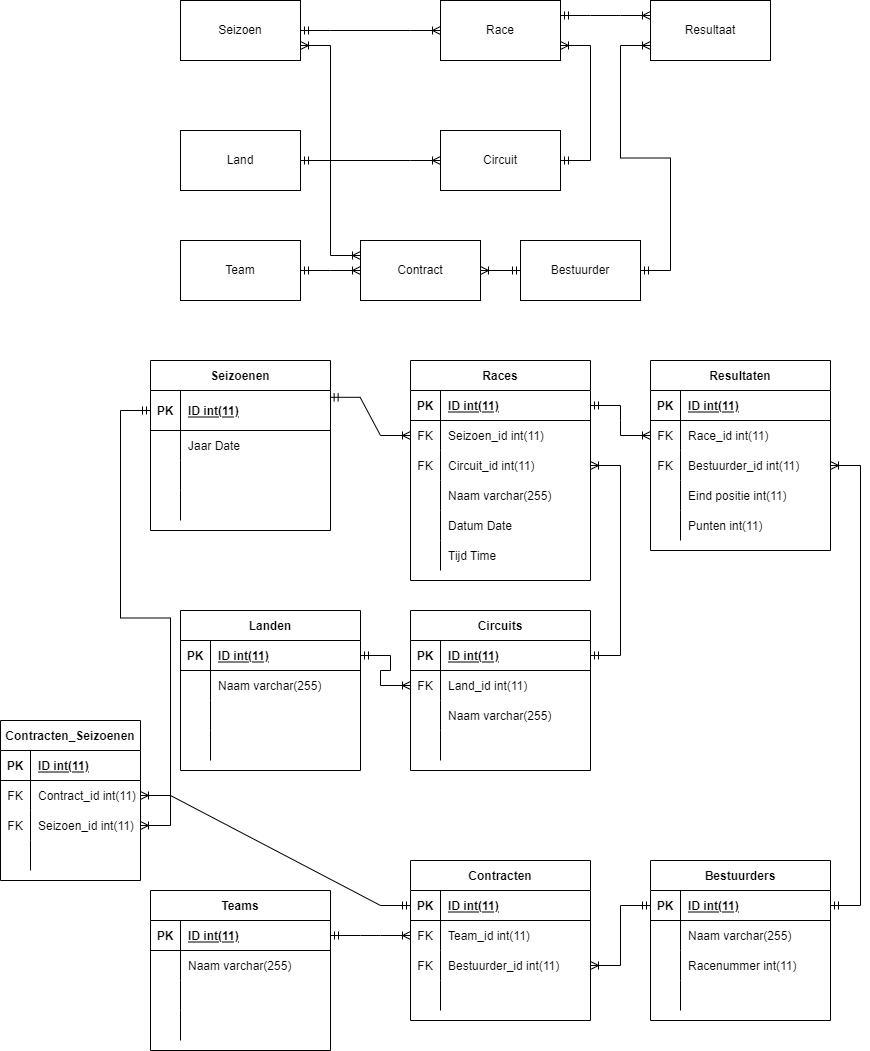
The draw.io diagram F1 ERD.drawio.png in PeterVanKampen7/AO-B7-ERD, before a commit. Source tidied: cells renumbered, new cells last; positions are measured from the earlier drawing's top-left corner, leaving out a move shared by most shapes.
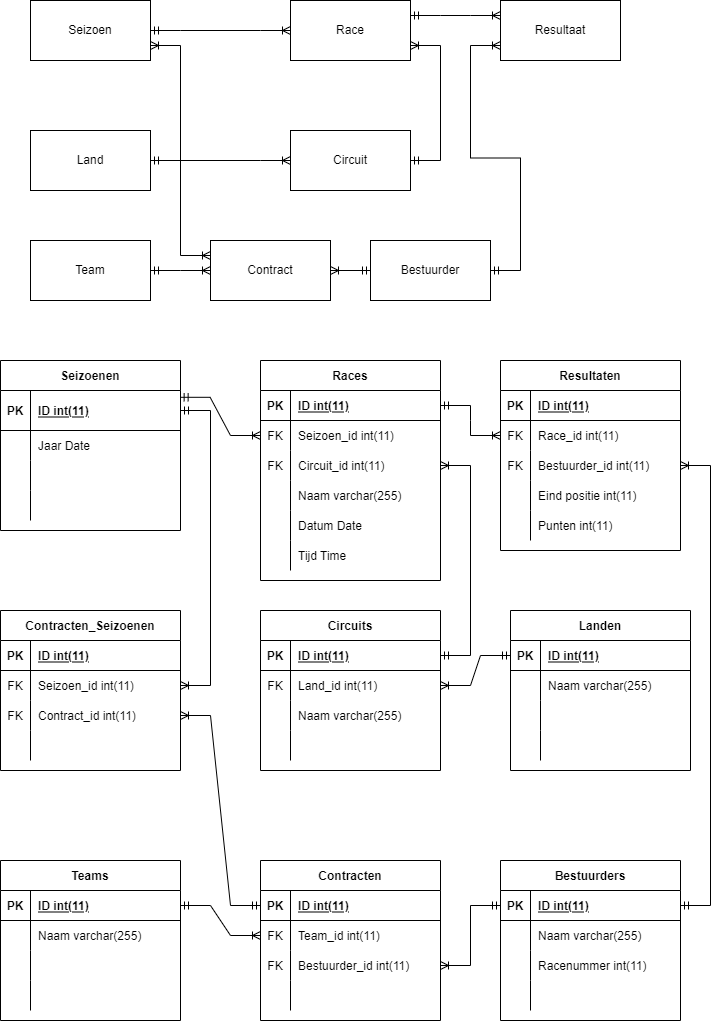
Above is the later version.

Diff of the diagram source:
```diff
@@ -234,7 +234,7 @@
       <mxGeometry relative="1" as="geometry" />
     </mxCell>
     <mxCell id="79" value="Landen" style="shape=table;startSize=30;rowLines=0;fontStyle=1;align=center;" parent="1" vertex="1">
-      <mxGeometry x="180" y="610" width="180" height="160" as="geometry" />
+      <mxGeometry x="660" y="610" width="180" height="160" as="geometry" />
     </mxCell>
     <mxCell id="80" style="shape=tableRow;horizontal=0;startSize=0;swimlaneHead=0;swimlaneBody=0;fillColor=none;points=[[0,0.5],[1,0.5]];portConstraint=eastwest;top=0;left=0;right=0;bottom=1;" parent="79" vertex="1">
       <mxGeometry y="30" width="180" height="30" as="geometry" />
@@ -272,11 +272,11 @@
     <mxCell id="91" style="shape=partialRectangle;fillColor=none;top=0;left=0;bottom=0;right=0;align=left;spacingLeft=6;overflow=hidden;" parent="89" vertex="1">
       <mxGeometry x="30" width="150" height="30" as="geometry" />
     </mxCell>
-    <mxCell id="92" style="edgeStyle=entityRelationEdgeStyle;fontSize=12;html=1;endArrow=ERoneToMany;startArrow=ERmandOne;rounded=0;entryX=0;entryY=0.5;entryDx=0;entryDy=0;exitX=1;exitY=0.5;exitDx=0;exitDy=0;" parent="1" edge="1" source="80" target="69">
+    <mxCell id="92" style="edgeStyle=entityRelationEdgeStyle;fontSize=12;html=1;endArrow=ERoneToMany;startArrow=ERmandOne;rounded=0;entryX=1;entryY=0.5;entryDx=0;entryDy=0;" parent="1" edge="1" source="80" target="69">
       <mxGeometry relative="1" as="geometry" />
     </mxCell>
     <mxCell id="93" value="Teams" style="shape=table;startSize=30;rowLines=0;fontStyle=1;align=center;" parent="1" vertex="1">
-      <mxGeometry x="150" y="890" width="180" height="160" as="geometry" />
+      <mxGeometry x="150" y="860" width="180" height="160" as="geometry" />
     </mxCell>
     <mxCell id="94" style="shape=tableRow;horizontal=0;startSize=0;swimlaneHead=0;swimlaneBody=0;fillColor=none;points=[[0,0.5],[1,0.5]];portConstraint=eastwest;top=0;left=0;right=0;bottom=1;" parent="93" vertex="1">
       <mxGeometry y="30" width="180" height="30" as="geometry" />
@@ -411,48 +411,48 @@
       <mxGeometry relative="1" as="geometry" />
     </mxCell>
     <mxCell id="138" value="Contracten_Seizoenen" style="shape=table;startSize=30;rowLines=0;fontStyle=1;align=center;" parent="1" vertex="1">
-      <mxGeometry y="720" width="140" height="160" as="geometry" />
+      <mxGeometry x="150" y="610" width="180" height="160" as="geometry" />
     </mxCell>
     <mxCell id="139" style="shape=tableRow;horizontal=0;startSize=0;swimlaneHead=0;swimlaneBody=0;fillColor=none;top=0;left=0;right=0;bottom=1;" parent="138" vertex="1">
-      <mxGeometry y="30" width="140" height="30" as="geometry" />
+      <mxGeometry y="30" width="180" height="30" as="geometry" />
     </mxCell>
     <mxCell id="140" value="PK" style="shape=partialRectangle;fillColor=none;top=0;left=0;bottom=0;right=0;fontStyle=1;overflow=hidden;" parent="139" vertex="1">
       <mxGeometry width="30" height="30" as="geometry" />
     </mxCell>
     <mxCell id="141" value="ID int(11)" style="shape=partialRectangle;fillColor=none;top=0;left=0;bottom=0;right=0;align=left;spacingLeft=6;fontStyle=5;overflow=hidden;" parent="139" vertex="1">
-      <mxGeometry x="30" width="110" height="30" as="geometry" />
+      <mxGeometry x="30" width="150" height="30" as="geometry" />
     </mxCell>
+    <mxCell id="145" style="shape=tableRow;horizontal=0;startSize=0;swimlaneHead=0;swimlaneBody=0;fillColor=none;points=[[0,0.5],[1,0.5]];portConstraint=eastwest;top=0;left=0;right=0;bottom=0;" parent="138" vertex="1">
+      <mxGeometry y="60" width="180" height="30" as="geometry" />
+    </mxCell>
+    <mxCell id="146" value="FK" style="shape=partialRectangle;fillColor=none;top=0;left=0;bottom=0;right=0;overflow=hidden;" parent="145" vertex="1">
+      <mxGeometry width="30" height="30" as="geometry" />
+    </mxCell>
+    <mxCell id="147" value="Seizoen_id int(11)" style="shape=partialRectangle;fillColor=none;top=0;left=0;bottom=0;right=0;align=left;spacingLeft=6;overflow=hidden;" parent="145" vertex="1">
+      <mxGeometry x="30" width="150" height="30" as="geometry" />
+    </mxCell>
     <mxCell id="142" style="shape=tableRow;horizontal=0;startSize=0;swimlaneHead=0;swimlaneBody=0;fillColor=none;points=[[0,0.5],[1,0.5]];portConstraint=eastwest;top=0;left=0;right=0;bottom=0;" parent="138" vertex="1">
-      <mxGeometry y="60" width="140" height="30" as="geometry" />
+      <mxGeometry y="90" width="180" height="30" as="geometry" />
     </mxCell>
     <mxCell id="143" value="FK" style="shape=partialRectangle;fillColor=none;top=0;left=0;bottom=0;right=0;overflow=hidden;" parent="142" vertex="1">
       <mxGeometry width="30" height="30" as="geometry" />
     </mxCell>
     <mxCell id="144" value="Contract_id int(11)" style="shape=partialRectangle;fillColor=none;top=0;left=0;bottom=0;right=0;align=left;spacingLeft=6;overflow=hidden;" parent="142" vertex="1">
-      <mxGeometry x="30" width="110" height="30" as="geometry" />
+      <mxGeometry x="30" width="150" height="30" as="geometry" />
     </mxCell>
-    <mxCell id="145" style="shape=tableRow;horizontal=0;startSize=0;swimlaneHead=0;swimlaneBody=0;fillColor=none;points=[[0,0.5],[1,0.5]];portConstraint=eastwest;top=0;left=0;right=0;bottom=0;" parent="138" vertex="1">
-      <mxGeometry y="90" width="140" height="30" as="geometry" />
-    </mxCell>
-    <mxCell id="146" value="FK" style="shape=partialRectangle;fillColor=none;top=0;left=0;bottom=0;right=0;overflow=hidden;" parent="145" vertex="1">
-      <mxGeometry width="30" height="30" as="geometry" />
-    </mxCell>
-    <mxCell id="147" value="Seizoen_id int(11)" style="shape=partialRectangle;fillColor=none;top=0;left=0;bottom=0;right=0;align=left;spacingLeft=6;overflow=hidden;" parent="145" vertex="1">
-      <mxGeometry x="30" width="110" height="30" as="geometry" />
-    </mxCell>
     <mxCell id="148" style="shape=tableRow;horizontal=0;startSize=0;swimlaneHead=0;swimlaneBody=0;fillColor=none;top=0;left=0;right=0;bottom=0;" parent="138" vertex="1">
-      <mxGeometry y="120" width="140" height="30" as="geometry" />
+      <mxGeometry y="120" width="180" height="30" as="geometry" />
     </mxCell>
     <mxCell id="149" style="shape=partialRectangle;fillColor=none;top=0;left=0;bottom=0;right=0;overflow=hidden;" parent="148" vertex="1">
       <mxGeometry width="30" height="30" as="geometry" />
     </mxCell>
     <mxCell id="150" style="shape=partialRectangle;fillColor=none;top=0;left=0;bottom=0;right=0;align=left;spacingLeft=6;overflow=hidden;" parent="148" vertex="1">
-      <mxGeometry x="30" width="110" height="30" as="geometry" />
+      <mxGeometry x="30" width="150" height="30" as="geometry" />
     </mxCell>
     <mxCell id="151" style="edgeStyle=entityRelationEdgeStyle;fontSize=12;html=1;endArrow=ERoneToMany;startArrow=ERmandOne;rounded=0;exitX=0;exitY=0.5;exitDx=0;exitDy=0;entryX=1;entryY=0.5;entryDx=0;entryDy=0;" parent="1" edge="1" source="107" target="142">
       <mxGeometry relative="1" as="geometry" />
     </mxCell>
-    <mxCell id="152" style="edgeStyle=entityRelationEdgeStyle;fontSize=12;html=1;endArrow=ERoneToMany;startArrow=ERmandOne;rounded=0;entryX=1;entryY=0.5;entryDx=0;entryDy=0;exitX=0;exitY=0.5;exitDx=0;exitDy=0;" parent="1" edge="1" source="16" target="145">
+    <mxCell id="152" style="edgeStyle=entityRelationEdgeStyle;fontSize=12;html=1;endArrow=ERoneToMany;startArrow=ERmandOne;rounded=0;entryX=1;entryY=0.5;entryDx=0;entryDy=0;exitX=1;exitY=0.5;exitDx=0;exitDy=0;" parent="1" edge="1" source="16" target="145">
       <mxGeometry relative="1" as="geometry" />
     </mxCell>
   </root>
```
